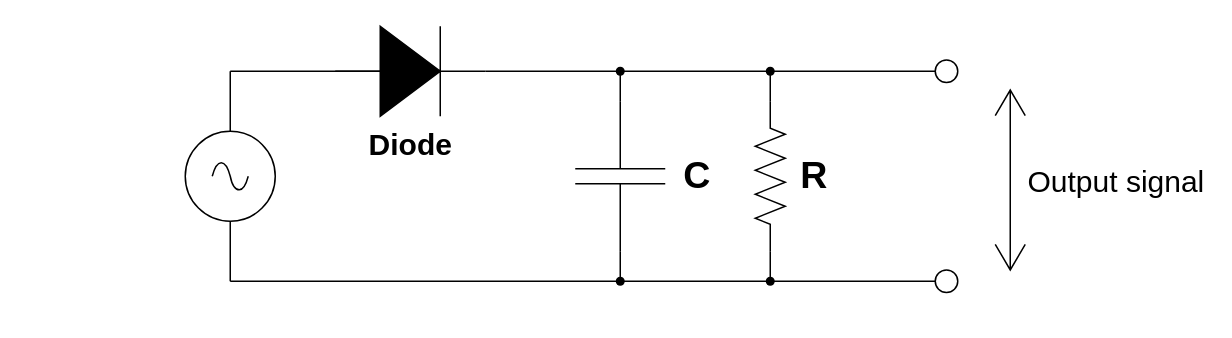
10matcho27/drawio_figure keeps this draw.io diagram as envelope detection circuit Diagram.drawio. Above is the earlier version. Source tidied: cells renumbered, new cells numbered last; positions are measured from the earlier drawing's top-left corner, leaving out a move shared by most shapes. Both pictures are drawn from the tidied source at 150%, with x=0, y=0 at pixel (184, 26).
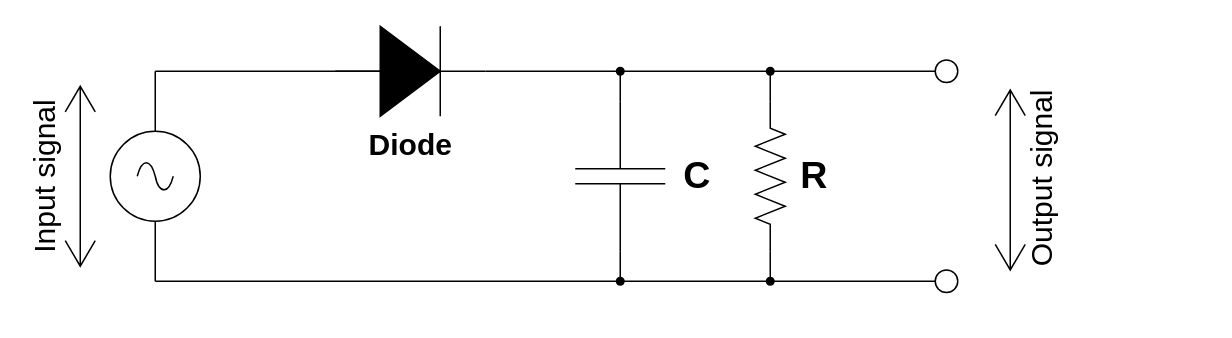
Above is the later version.

The change refers to these unchanged cells:
```xml
<mxCell id="16" style="shape=waypoint;sketch=0;fillStyle=solid;size=6;points=[];fillColor=none;perimeter=centerPerimeter;snapToPoint=1;" parent="1" vertex="1">
  <mxGeometry x="370" y="150" width="40" height="40" as="geometry" />
</mxCell>
```

The edit, as a diff of the source:
```diff
@@
     <mxCell id="5" style="verticalLabelPosition=bottom;shadow=0;dashed=0;align=center;html=1;verticalAlign=top;shape=mxgraph.electrical.signal_sources.source;points=[[0.5,0,0],[1,0.5,0],[0.5,1,0],[0,0.5,0]];elSignalType=ac;" parent="1" vertex="1">
-      <mxGeometry y="70" width="60" height="60" as="geometry" />
+      <mxGeometry x="-50" y="70" width="60" height="60" as="geometry" />
     </mxCell>
     <mxCell id="6" style="endArrow=none;html=1;rounded=0;exitX=0.5;exitY=0;exitDx=0;exitDy=0;exitPerimeter=0;" parent="1" edge="1" source="5">
       <mxGeometry relative="1" as="geometry">
-        <mxPoint x="30" y="30" as="targetPoint" />
+        <mxPoint x="-20" y="30" as="targetPoint" />
       </mxGeometry>
     </mxCell>
     <mxCell id="7" style="endArrow=none;html=1;rounded=0;" parent="1" edge="1">
       <mxGeometry relative="1" as="geometry">
         <mxPoint x="150" y="30" as="sourcePoint" />
-        <mxPoint x="30" y="30" as="targetPoint" />
+        <mxPoint x="-20" y="30" as="targetPoint" />
       </mxGeometry>
     </mxCell>
@@
     <mxCell id="9" style="endArrow=none;html=1;rounded=0;entryX=0.5;entryY=1;entryDx=0;entryDy=0;entryPerimeter=0;" parent="1" edge="1" target="5">
       <mxGeometry relative="1" as="geometry">
-        <mxPoint x="30" y="170" as="sourcePoint" />
+        <mxPoint x="-20" y="170" as="sourcePoint" />
       </mxGeometry>
     </mxCell>
     <mxCell id="10" style="endArrow=none;html=1;rounded=0;startArrow=none;" parent="1" edge="1" source="16">
       <mxGeometry relative="1" as="geometry">
-        <mxPoint x="30" y="170" as="targetPoint" />
+        <mxPoint x="-20" y="170" as="targetPoint" />
       </mxGeometry>
     </mxCell>
@@
-    <mxCell id="22" value="&lt;font style=&quot;font-size: 20px&quot;&gt;Output signal&lt;/font&gt;" style="labelPosition=right;align=left;shape=mxgraph.electrical.signal_sources.voltage;shadow=0;dashed=0;strokeWidth=1;fontSize=10;html=1;" parent="1" vertex="1">
+    <mxCell id="22" value="&lt;font style=&quot;font-size: 20px&quot;&gt;Output signal&lt;/font&gt;" style="labelPosition=right;align=left;shape=mxgraph.electrical.signal_sources.voltage;shadow=0;dashed=0;strokeWidth=1;fontSize=10;html=1;horizontal=0;" parent="1" vertex="1">
       <mxGeometry x="540" y="42.5" width="20" height="120" as="geometry" />
     </mxCell>
@@
+    <mxCell id="25" value="&lt;div&gt;&lt;font style=&quot;font-size: 20px&quot;&gt;Input signal&lt;/font&gt;&lt;/div&gt;" style="labelPosition=right;align=left;shape=mxgraph.electrical.signal_sources.voltage;shadow=0;dashed=0;strokeWidth=1;fontSize=10;html=1;horizontal=0;spacing=8;spacingTop=-89;" parent="1" vertex="1">
+      <mxGeometry x="-80" y="40" width="20" height="120" as="geometry" />
+    </mxCell>
```
